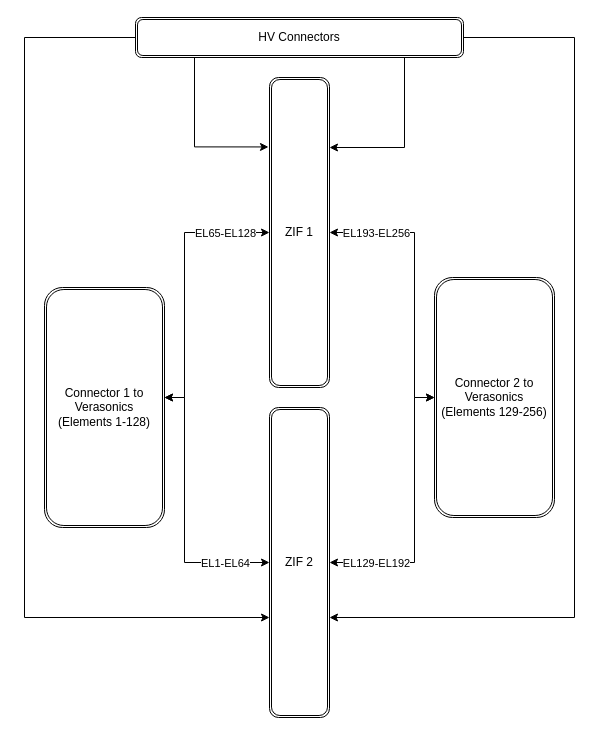
This is page "OriginalConnectorBoard" (1 of 3) of ConnectorBoardWithSwitching.drawio from sasakamoo/drawio, a draw.io file, before an edit. Source tidied: cells renumbered, new cells numbered last; positions are measured from the earlier drawing's top-left corner, leaving out a move shared by most shapes. Both pictures are drawn from the tidied source at 100%, with x=0, y=0 at pixel (24, 17).
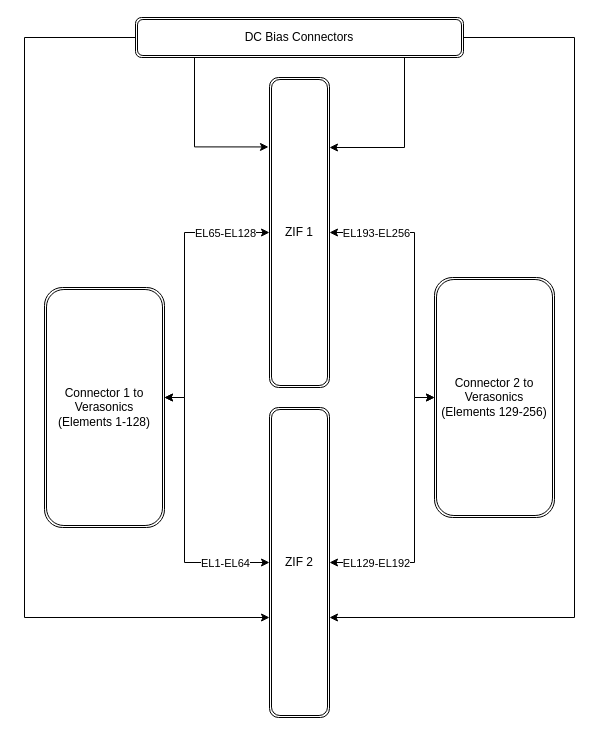
Above is the later version.

Change to the diagram source:
```diff
@@
-    <mxCell id="18" value="HV Connectors" style="shape=ext;double=1;rounded=1;whiteSpace=wrap;html=1;" parent="1" vertex="1">
+    <mxCell id="18" value="DC Bias Connectors" style="shape=ext;double=1;rounded=1;whiteSpace=wrap;html=1;" parent="1" vertex="1">
       <mxGeometry x="111" width="328" height="40" as="geometry" />
     </mxCell>
```
